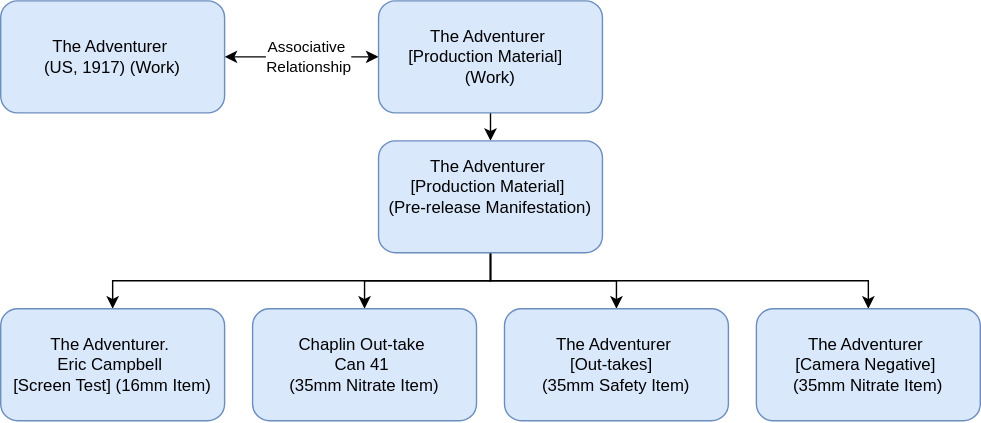
This is markdown/diagrams/title_type_02.drawio.svg from FIAF/fiaf-cataloguing-manual, a draw.io export, as it was before one commit. Source tidied: cells renumbered, new cells last; positions are measured from the earlier drawing's top-left corner, leaving out a move shared by most shapes.
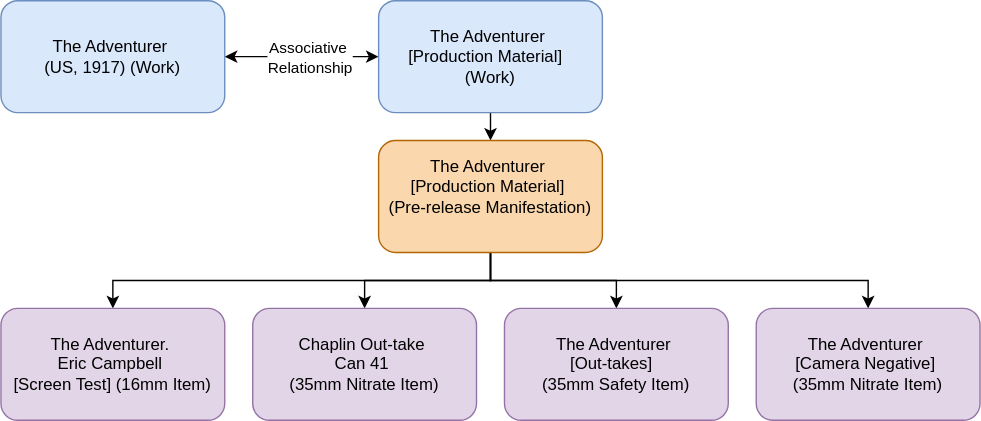
The same diagram one commit later.

What changed in the source:
```diff
@@ -2,6 +2,36 @@
   <root>
     <mxCell id="0" />
     <mxCell id="1" parent="0" />
+    <mxCell id="16" style="edgeStyle=orthogonalEdgeStyle;rounded=0;orthogonalLoop=1;jettySize=auto;html=1;exitX=0.5;exitY=1;exitDx=0;exitDy=0;entryX=0.5;entryY=0;entryDx=0;entryDy=0;fontSize=12;startSize=8;endSize=8;" parent="1" edge="1">
+      <mxGeometry relative="1" as="geometry">
+        <mxPoint x="510" y="320" as="targetPoint" />
+      </mxGeometry>
+    </mxCell>
+    <mxCell id="17" style="edgeStyle=orthogonalEdgeStyle;rounded=0;orthogonalLoop=1;jettySize=auto;html=1;exitX=0.5;exitY=1;exitDx=0;exitDy=0;entryX=0.5;entryY=0;entryDx=0;entryDy=0;fontSize=12;startSize=8;endSize=8;" parent="1" edge="1">
+      <mxGeometry relative="1" as="geometry">
+        <mxPoint x="690" y="320" as="targetPoint" />
+      </mxGeometry>
+    </mxCell>
+    <mxCell id="18" style="edgeStyle=none;curved=1;rounded=0;orthogonalLoop=1;jettySize=auto;html=1;exitX=0.5;exitY=1;exitDx=0;exitDy=0;entryX=0.5;entryY=0;entryDx=0;entryDy=0;fontSize=12;startSize=8;endSize=8;" parent="1" edge="1">
+      <mxGeometry relative="1" as="geometry">
+        <mxPoint x="330" y="280" as="sourcePoint" />
+      </mxGeometry>
+    </mxCell>
+    <mxCell id="19" style="edgeStyle=orthogonalEdgeStyle;rounded=0;orthogonalLoop=1;jettySize=auto;html=1;exitX=0.5;exitY=1;exitDx=0;exitDy=0;entryX=0.5;entryY=0;entryDx=0;entryDy=0;fontSize=12;startSize=8;endSize=8;" parent="1" edge="1">
+      <mxGeometry relative="1" as="geometry">
+        <mxPoint x="510" y="320" as="targetPoint" />
+      </mxGeometry>
+    </mxCell>
+    <mxCell id="20" style="edgeStyle=orthogonalEdgeStyle;rounded=0;orthogonalLoop=1;jettySize=auto;html=1;exitX=0.5;exitY=1;exitDx=0;exitDy=0;entryX=0.5;entryY=0;entryDx=0;entryDy=0;fontSize=12;startSize=8;endSize=8;" parent="1" edge="1">
+      <mxGeometry relative="1" as="geometry">
+        <mxPoint x="690" y="320" as="targetPoint" />
+      </mxGeometry>
+    </mxCell>
+    <mxCell id="21" style="edgeStyle=none;curved=1;rounded=0;orthogonalLoop=1;jettySize=auto;html=1;exitX=0.5;exitY=1;exitDx=0;exitDy=0;entryX=0.5;entryY=0;entryDx=0;entryDy=0;fontSize=12;startSize=8;endSize=8;" parent="1" edge="1">
+      <mxGeometry relative="1" as="geometry">
+        <mxPoint x="330" y="280" as="sourcePoint" />
+      </mxGeometry>
+    </mxCell>
     <mxCell id="2" style="edgeStyle=orthogonalEdgeStyle;rounded=0;jettySize=auto;html=1;exitX=1;exitY=0.5;exitDx=0;exitDy=0;entryX=0;entryY=0.5;entryDx=0;entryDy=0;startArrow=classic;startFill=1;spacingLeft=2;" parent="1" edge="1" source="4" target="6">
       <mxGeometry relative="1" as="geometry" />
     </mxCell>
@@ -31,19 +61,19 @@
     <mxCell id="10" style="edgeStyle=orthogonalEdgeStyle;rounded=0;jettySize=auto;html=1;exitX=0.5;exitY=1;exitDx=0;exitDy=0;" parent="1" edge="1" source="11" target="15">
       <mxGeometry relative="1" as="geometry" />
     </mxCell>
-    <mxCell id="11" value="&lt;div&gt;The Adventurer&amp;nbsp;&lt;/div&gt;&lt;div&gt;[Production Material]&amp;nbsp;&lt;/div&gt;&lt;div&gt;(Pre-release Manifestation)&lt;/div&gt;&lt;div&gt;&lt;br&gt;&lt;/div&gt;" style="rounded=1;whiteSpace=wrap;html=1;fillColor=#dae8fc;strokeColor=#6c8ebf;" parent="1" vertex="1">
+    <mxCell id="11" value="&lt;div&gt;The Adventurer&amp;nbsp;&lt;/div&gt;&lt;div&gt;[Production Material]&amp;nbsp;&lt;/div&gt;&lt;div&gt;(Pre-release Manifestation)&lt;/div&gt;&lt;div&gt;&lt;br&gt;&lt;/div&gt;" style="rounded=1;whiteSpace=wrap;html=1;fillColor=#fad7ac;strokeColor=#b46504;" parent="1" vertex="1">
       <mxGeometry x="270" y="100" width="160" height="80" as="geometry" />
     </mxCell>
-    <mxCell id="12" value="&lt;div&gt;The Adventurer.&amp;nbsp;&lt;/div&gt;&lt;div&gt;Eric Campbell&amp;nbsp;&lt;/div&gt;&lt;div&gt;[Screen Test] (16mm Item)&lt;/div&gt;" style="rounded=1;whiteSpace=wrap;html=1;fillColor=#dae8fc;strokeColor=#6c8ebf;" parent="1" vertex="1">
+    <mxCell id="12" value="&lt;div&gt;The Adventurer.&amp;nbsp;&lt;/div&gt;&lt;div&gt;Eric Campbell&amp;nbsp;&lt;/div&gt;&lt;div&gt;[Screen Test] (16mm Item)&lt;/div&gt;" style="rounded=1;whiteSpace=wrap;html=1;fillColor=#e1d5e7;strokeColor=#9673a6;" parent="1" vertex="1">
       <mxGeometry y="220" width="160" height="80" as="geometry" />
     </mxCell>
-    <mxCell id="13" value="&lt;div&gt;Chaplin Out-take&amp;nbsp;&lt;/div&gt;&lt;div&gt;Can 41&amp;nbsp;&lt;/div&gt;&lt;div&gt;(35mm Nitrate Item)&lt;/div&gt;" style="rounded=1;whiteSpace=wrap;html=1;fillColor=#dae8fc;strokeColor=#6c8ebf;" parent="1" vertex="1">
+    <mxCell id="13" value="&lt;div&gt;Chaplin Out-take&amp;nbsp;&lt;/div&gt;&lt;div&gt;Can 41&amp;nbsp;&lt;/div&gt;&lt;div&gt;(35mm Nitrate Item)&lt;/div&gt;" style="rounded=1;whiteSpace=wrap;html=1;fillColor=#e1d5e7;strokeColor=#9673a6;" parent="1" vertex="1">
       <mxGeometry x="180" y="220" width="160" height="80" as="geometry" />
     </mxCell>
-    <mxCell id="14" value="&lt;div&gt;The Adventurer&amp;nbsp;&lt;/div&gt;&lt;div&gt;[Out-takes]&amp;nbsp;&amp;nbsp;&lt;/div&gt;&lt;div&gt;(35mm Safety Item)&lt;/div&gt;" style="rounded=1;whiteSpace=wrap;html=1;fillColor=#dae8fc;strokeColor=#6c8ebf;" parent="1" vertex="1">
+    <mxCell id="14" value="&lt;div&gt;The Adventurer&amp;nbsp;&lt;/div&gt;&lt;div&gt;[Out-takes]&amp;nbsp;&amp;nbsp;&lt;/div&gt;&lt;div&gt;(35mm Safety Item)&lt;/div&gt;" style="rounded=1;whiteSpace=wrap;html=1;fillColor=#e1d5e7;strokeColor=#9673a6;" parent="1" vertex="1">
       <mxGeometry x="360" y="220" width="160" height="80" as="geometry" />
     </mxCell>
-    <mxCell id="15" value="&lt;div&gt;The Adventurer&amp;nbsp;&lt;/div&gt;&lt;div&gt;[Camera Negative]&amp;nbsp;&lt;/div&gt;&lt;div&gt;(35mm Nitrate Item)&lt;/div&gt;" style="rounded=1;whiteSpace=wrap;html=1;fillColor=#dae8fc;strokeColor=#6c8ebf;" parent="1" vertex="1">
+    <mxCell id="15" value="&lt;div&gt;The Adventurer&amp;nbsp;&lt;/div&gt;&lt;div&gt;[Camera Negative]&amp;nbsp;&lt;/div&gt;&lt;div&gt;(35mm Nitrate Item)&lt;/div&gt;" style="rounded=1;whiteSpace=wrap;html=1;fillColor=#e1d5e7;strokeColor=#9673a6;" parent="1" vertex="1">
       <mxGeometry x="540" y="220" width="160" height="80" as="geometry" />
     </mxCell>
   </root>
```
